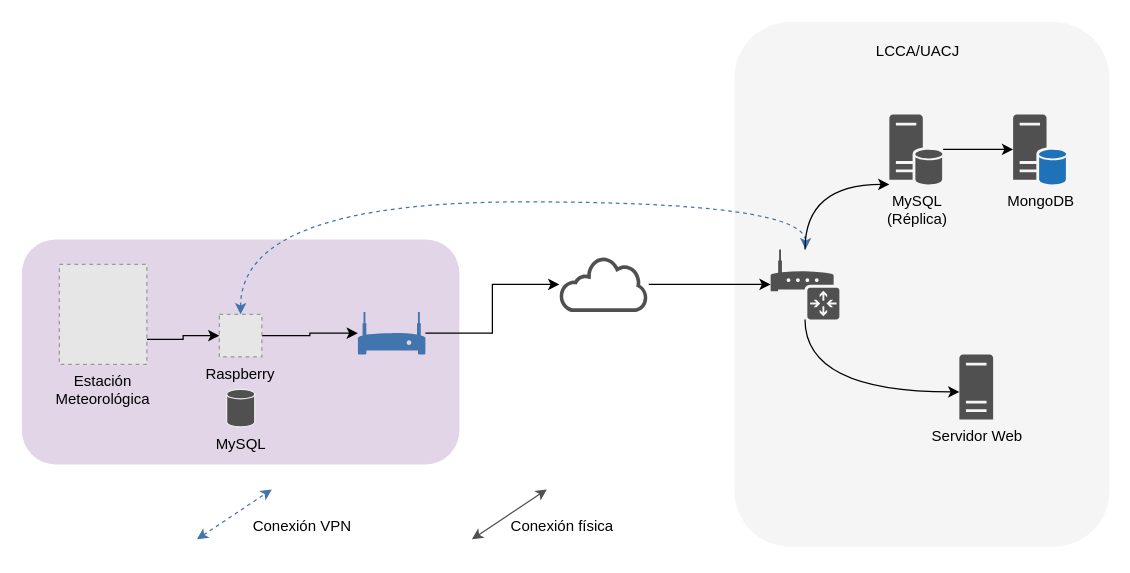
Before: page "Page-4" (4 of 6) of resources/red.drawio in thblckjkr/tesis, a draw.io diagram. Source tidied: cells renumbered, new cells numbered last; positions are measured from the earlier drawing's top-left corner, leaving out a move shared by most shapes. Both pictures are drawn from the tidied source at 125%, with x=0, y=0 at pixel (21, 21). Pictures stored in the file or linked from it are replaced by grey dashed boxes.
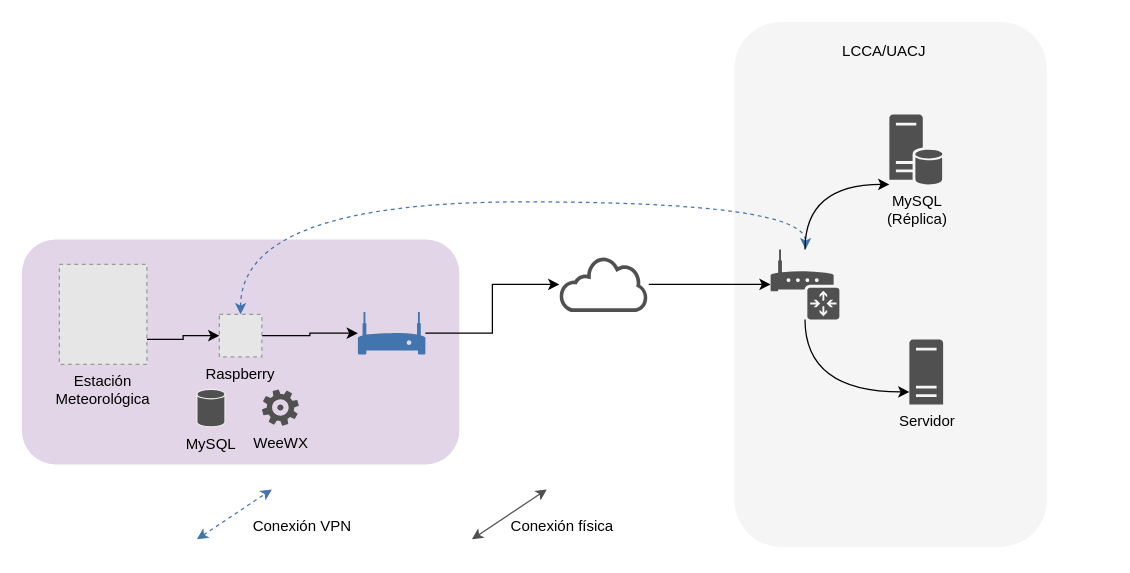
After the change.

Unchanged cells that the change refers to:
```xml
<mxCell id="6" value="MySQL&lt;br&gt;(Réplica)" style="shadow=0;dashed=0;html=1;strokeColor=none;labelPosition=center;verticalLabelPosition=bottom;verticalAlign=top;outlineConnect=0;align=center;shape=mxgraph.office.servers.database_server;fillColor=#505050;" parent="1" vertex="1">
  <mxGeometry x="694" y="74" width="43" height="56" as="geometry" />
</mxCell>
```

Diff of the diagram source:
```diff
@@
     <mxCell id="3" style="rounded=1;whiteSpace=wrap;html=1;fillColor=#f5f5f5;fontColor=#333333;strokeColor=none;" parent="1" vertex="1">
-      <mxGeometry x="570" width="300" height="420" as="geometry" />
+      <mxGeometry x="570" width="250" height="420" as="geometry" />
     </mxCell>
@@
-    <mxCell id="5" style="edgeStyle=orthogonalEdgeStyle;rounded=0;jettySize=auto;html=1;" parent="1" edge="1" source="6" target="17">
-      <mxGeometry relative="1" as="geometry" />
-    </mxCell>
@@
-    <mxCell id="7" value="Servidor Web" style="shadow=0;dashed=0;html=1;strokeColor=none;labelPosition=center;verticalLabelPosition=bottom;verticalAlign=top;outlineConnect=0;align=center;shape=mxgraph.office.servers.server_generic;fillColor=#505050;" parent="1" vertex="1">
-      <mxGeometry x="750" y="266" width="27" height="52" as="geometry" />
+    <mxCell id="7" value="Servidor" style="shadow=0;dashed=0;html=1;strokeColor=none;labelPosition=center;verticalLabelPosition=bottom;verticalAlign=top;outlineConnect=0;align=center;shape=mxgraph.office.servers.server_generic;fillColor=#505050;" parent="1" vertex="1">
+      <mxGeometry x="710" y="254" width="27" height="52" as="geometry" />
     </mxCell>
@@
     <mxCell id="14" value="LCCA/UACJ" style="text;html=1;strokeColor=none;fillColor=none;align=center;verticalAlign=middle;whiteSpace=wrap;rounded=0;" parent="1" vertex="1">
-      <mxGeometry x="697" y="14" width="40" height="20" as="geometry" />
+      <mxGeometry x="670" y="14" width="40" height="20" as="geometry" />
     </mxCell>
@@
-    <mxCell id="17" value="MongoDB" style="shadow=0;dashed=0;html=1;strokeColor=none;fillColor=#505050;labelPosition=center;verticalLabelPosition=bottom;verticalAlign=top;outlineConnect=0;align=center;shape=mxgraph.office.servers.database_server_blue;" parent="1" vertex="1">
-      <mxGeometry x="793" y="74" width="43" height="56" as="geometry" />
-    </mxCell>
@@
     <mxCell id="25" value="MySQL" style="shape=cylinder3;whiteSpace=wrap;html=1;boundedLbl=1;backgroundOutline=1;size=3.8127830768455624;fillColor=#505050;strokeColor=#EDEDED;verticalAlign=top;labelPosition=center;verticalLabelPosition=bottom;align=center;" parent="1" vertex="1">
-      <mxGeometry x="163.8" y="294" width="22.5" height="30" as="geometry" />
+      <mxGeometry x="140" y="294" width="22.5" height="30" as="geometry" />
     </mxCell>
+    <mxCell id="26" value="WeeWX" style="shadow=0;dashed=0;html=1;strokeColor=none;fillColor=#505050;labelPosition=center;verticalLabelPosition=bottom;verticalAlign=top;align=center;shape=mxgraph.office.concepts.settings_office_365;fontSize=12;" parent="1" vertex="1">
+      <mxGeometry x="192" y="294" width="29.6" height="29" as="geometry" />
+    </mxCell>
```
